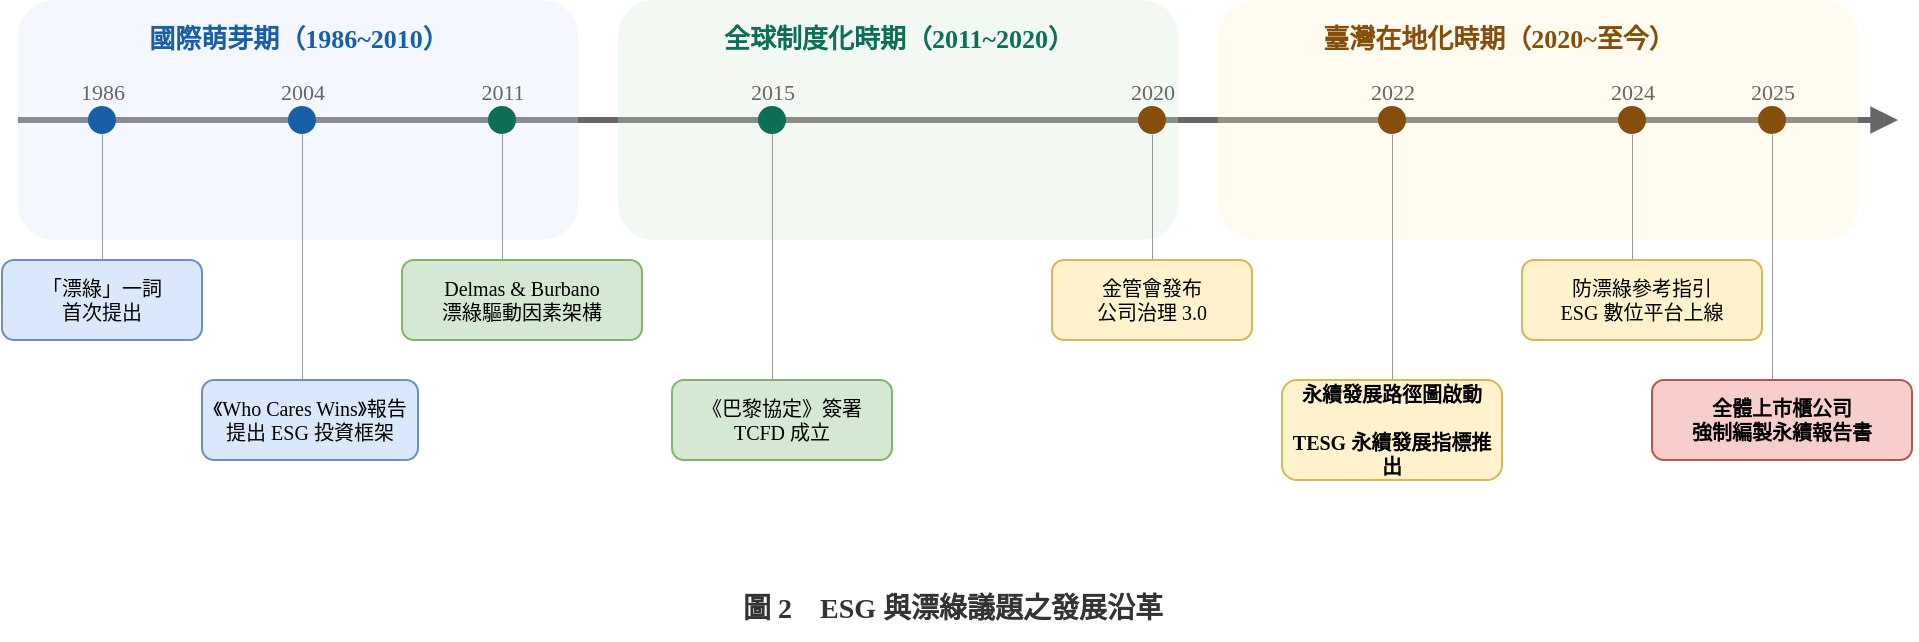
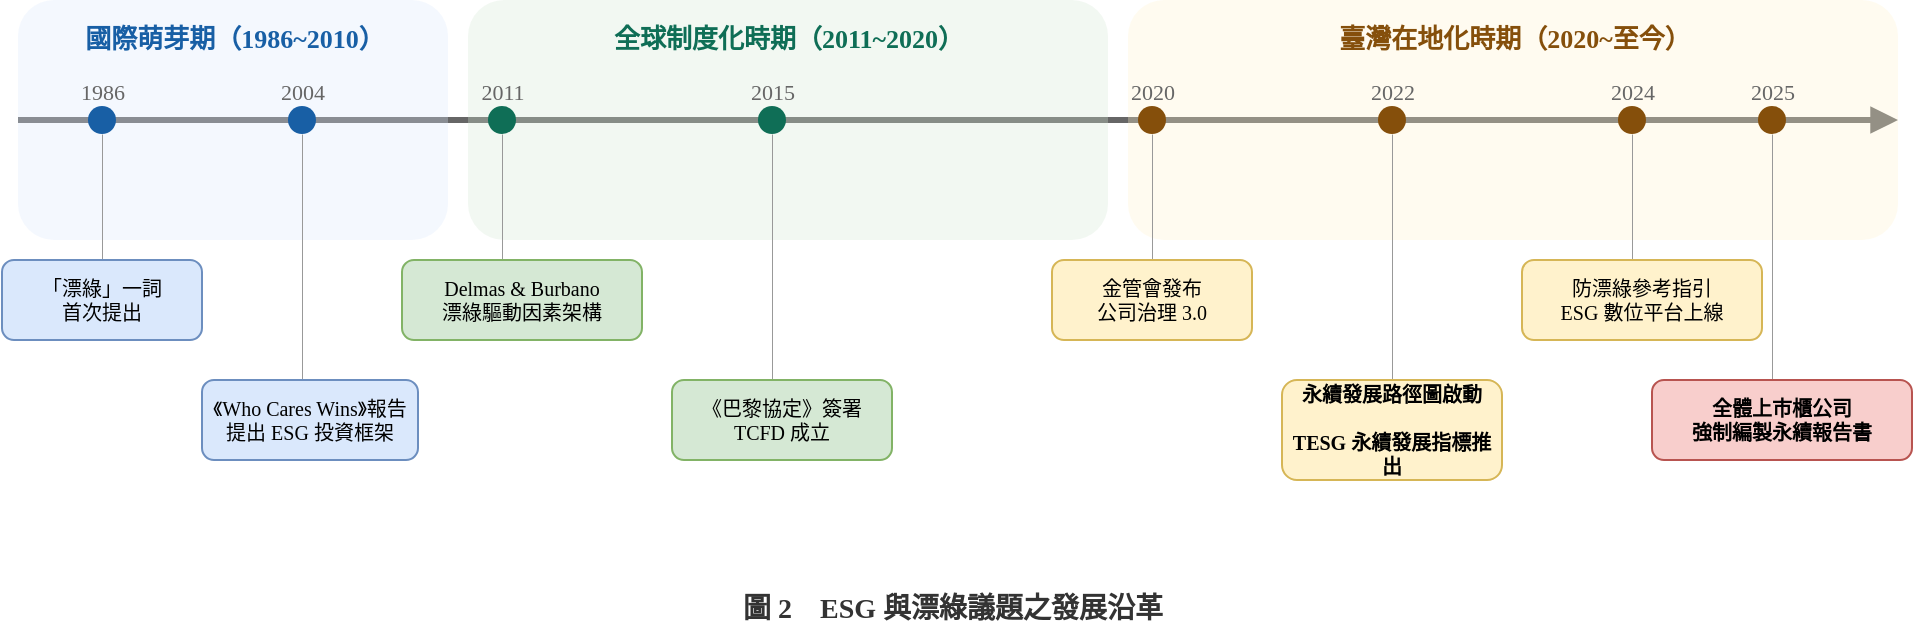
<mxfile host="app.diagrams.net">
  <diagram name="ESG與漂綠發展沿革時間軸" id="timeline">
    <mxGraphModel dx="1558" dy="642" grid="1" gridSize="10" guides="1" tooltips="1" connect="1" arrows="1" fold="1" page="1" pageScale="1" pageWidth="1169" pageHeight="827" math="0" shadow="0">
      <root>
        <mxCell id="0" />
        <mxCell id="1" parent="0" />
        <mxCell id="axis" edge="1" parent="1" style="endArrow=block;html=1;strokeColor=#666666;strokeWidth=3;endFill=1;" value="">
          <mxGeometry relative="1" as="geometry">
            <mxPoint x="60" y="120" as="sourcePoint" />
            <mxPoint x="1000" y="120" as="targetPoint" />
          </mxGeometry>
        </mxCell>
        <mxCell id="p1bg" parent="1" style="rounded=1;whiteSpace=wrap;html=1;fillColor=#dae8fc;strokeColor=none;opacity=30;" value="" vertex="1">
-           <mxGeometry height="120" width="280" x="60" y="60" as="geometry" />
+           <mxGeometry height="120" width="215" x="60" y="60" as="geometry" />
        </mxCell>
        <mxCell id="p1label" parent="1" style="text;html=1;fontSize=13;fontStyle=1;align=center;fontFamily=Microsoft JhengHei;fontColor=#185FA5;" value="國際萌芽期（1986~2010）" vertex="1">
-           <mxGeometry height="25" width="240" x="80" y="65" as="geometry" />
+           <mxGeometry height="25" width="200" x="68" y="65" as="geometry" />
        </mxCell>
        <mxCell id="p2bg" parent="1" style="rounded=1;whiteSpace=wrap;html=1;fillColor=#d5e8d4;strokeColor=none;opacity=30;" value="" vertex="1">
-           <mxGeometry height="120" width="280" x="360" y="60" as="geometry" />
+           <mxGeometry height="120" width="320" x="285" y="60" as="geometry" />
        </mxCell>
        <mxCell id="p2label" parent="1" style="text;html=1;fontSize=13;fontStyle=1;align=center;fontFamily=Microsoft JhengHei;fontColor=#0F6E56;" value="全球制度化時期（2011~2020）" vertex="1">
-           <mxGeometry height="25" width="260" x="370" y="65" as="geometry" />
+           <mxGeometry height="25" width="260" x="315" y="65" as="geometry" />
        </mxCell>
        <mxCell id="p3bg" parent="1" style="rounded=1;whiteSpace=wrap;html=1;fillColor=#fff2cc;strokeColor=none;opacity=30;" value="" vertex="1">
-           <mxGeometry height="120" width="320" x="660" y="60" as="geometry" />
+           <mxGeometry height="120" width="385" x="615" y="60" as="geometry" />
        </mxCell>
        <mxCell id="p3label" parent="1" style="text;html=1;fontSize=13;fontStyle=1;align=center;fontFamily=Microsoft JhengHei;fontColor=#854F0B;" value="臺灣在地化時期（2020~至今）" vertex="1">
-           <mxGeometry height="25" width="260" x="670" y="65" as="geometry" />
+           <mxGeometry height="25" width="260" x="678" y="65" as="geometry" />
        </mxCell>
        <mxCell id="y1986" parent="1" style="ellipse;whiteSpace=wrap;html=1;fillColor=#185FA5;strokeColor=none;" value="" vertex="1">
          <mxGeometry height="14" width="14" x="95" y="113" as="geometry" />
        </mxCell>
        <mxCell id="y1986t" parent="1" style="text;html=1;fontSize=11;align=center;fontFamily=Microsoft JhengHei;fontColor=#666666;" value="1986" vertex="1">
          <mxGeometry height="20" width="50" x="77" y="93" as="geometry" />
        </mxCell>
        <mxCell id="y2004" parent="1" style="ellipse;whiteSpace=wrap;html=1;fillColor=#185FA5;strokeColor=none;" value="" vertex="1">
          <mxGeometry height="14" width="14" x="195" y="113" as="geometry" />
        </mxCell>
        <mxCell id="y2004t" parent="1" style="text;html=1;fontSize=11;align=center;fontFamily=Microsoft JhengHei;fontColor=#666666;" value="2004" vertex="1">
          <mxGeometry height="20" width="50" x="177" y="93" as="geometry" />
        </mxCell>
        <mxCell id="y2011" parent="1" style="ellipse;whiteSpace=wrap;html=1;fillColor=#0F6E56;strokeColor=none;" value="" vertex="1">
          <mxGeometry height="14" width="14" x="295" y="113" as="geometry" />
        </mxCell>
        <mxCell id="y2011t" parent="1" style="text;html=1;fontSize=11;align=center;fontFamily=Microsoft JhengHei;fontColor=#666666;" value="2011" vertex="1">
          <mxGeometry height="20" width="50" x="277" y="93" as="geometry" />
        </mxCell>
        <mxCell id="y2015" parent="1" style="ellipse;whiteSpace=wrap;html=1;fillColor=#0F6E56;strokeColor=none;" value="" vertex="1">
          <mxGeometry height="14" width="14" x="430" y="113" as="geometry" />
        </mxCell>
        <mxCell id="y2015t" parent="1" style="text;html=1;fontSize=11;align=center;fontFamily=Microsoft JhengHei;fontColor=#666666;" value="2015" vertex="1">
          <mxGeometry height="20" width="50" x="412" y="93" as="geometry" />
        </mxCell>
        <mxCell id="y2020" parent="1" style="ellipse;whiteSpace=wrap;html=1;fillColor=#854F0B;strokeColor=none;" value="" vertex="1">
          <mxGeometry height="14" width="14" x="620" y="113" as="geometry" />
        </mxCell>
        <mxCell id="y2020t" parent="1" style="text;html=1;fontSize=11;align=center;fontFamily=Microsoft JhengHei;fontColor=#666666;" value="2020" vertex="1">
          <mxGeometry height="20" width="50" x="602" y="93" as="geometry" />
        </mxCell>
        <mxCell id="y2022" parent="1" style="ellipse;whiteSpace=wrap;html=1;fillColor=#854F0B;strokeColor=none;" value="" vertex="1">
          <mxGeometry height="14" width="14" x="740" y="113" as="geometry" />
        </mxCell>
        <mxCell id="y2022t" parent="1" style="text;html=1;fontSize=11;align=center;fontFamily=Microsoft JhengHei;fontColor=#666666;" value="2022" vertex="1">
          <mxGeometry height="20" width="50" x="722" y="93" as="geometry" />
        </mxCell>
        <mxCell id="y2024" parent="1" style="ellipse;whiteSpace=wrap;html=1;fillColor=#854F0B;strokeColor=none;" value="" vertex="1">
          <mxGeometry height="14" width="14" x="860" y="113" as="geometry" />
        </mxCell>
        <mxCell id="y2024t" parent="1" style="text;html=1;fontSize=11;align=center;fontFamily=Microsoft JhengHei;fontColor=#666666;" value="2024" vertex="1">
          <mxGeometry height="20" width="50" x="842" y="93" as="geometry" />
        </mxCell>
        <mxCell id="y2025" parent="1" style="ellipse;whiteSpace=wrap;html=1;fillColor=#854F0B;strokeColor=none;" value="" vertex="1">
          <mxGeometry height="14" width="14" x="930" y="113" as="geometry" />
        </mxCell>
        <mxCell id="y2025t" parent="1" style="text;html=1;fontSize=11;align=center;fontFamily=Microsoft JhengHei;fontColor=#666666;" value="2025" vertex="1">
          <mxGeometry height="20" width="50" x="912" y="93" as="geometry" />
        </mxCell>
        <mxCell id="e1" edge="1" parent="1" style="endArrow=none;html=1;strokeColor=#999999;strokeWidth=0.5;" value="">
          <mxGeometry relative="1" as="geometry">
            <mxPoint x="102" y="127" as="sourcePoint" />
            <mxPoint x="102" y="190" as="targetPoint" />
          </mxGeometry>
        </mxCell>
        <mxCell id="e1t" parent="1" style="rounded=1;whiteSpace=wrap;html=1;fillColor=#dae8fc;strokeColor=#6c8ebf;fontSize=10;fontFamily=Microsoft JhengHei;" value="「漂綠」一詞&lt;br&gt;首次提出" vertex="1">
          <mxGeometry height="40" width="100" x="52" y="190" as="geometry" />
        </mxCell>
        <mxCell id="e2" edge="1" parent="1" style="endArrow=none;html=1;strokeColor=#999999;strokeWidth=0.5;" value="">
          <mxGeometry relative="1" as="geometry">
            <mxPoint x="202" y="127" as="sourcePoint" />
            <mxPoint x="202" y="250" as="targetPoint" />
          </mxGeometry>
        </mxCell>
        <mxCell id="e2t" parent="1" style="rounded=1;whiteSpace=wrap;html=1;fillColor=#dae8fc;strokeColor=#6c8ebf;fontSize=10;fontFamily=Microsoft JhengHei;" value="《Who Cares Wins》報告提出 ESG 投資框架" vertex="1">
          <mxGeometry height="40" width="108" x="152" y="250" as="geometry" />
        </mxCell>
        <mxCell id="e3" edge="1" parent="1" style="endArrow=none;html=1;strokeColor=#999999;strokeWidth=0.5;" value="">
          <mxGeometry relative="1" as="geometry">
            <mxPoint x="302" y="127" as="sourcePoint" />
            <mxPoint x="302" y="190" as="targetPoint" />
          </mxGeometry>
        </mxCell>
        <mxCell id="e3t" parent="1" style="rounded=1;whiteSpace=wrap;html=1;fillColor=#d5e8d4;strokeColor=#82b366;fontSize=10;fontFamily=Microsoft JhengHei;" value="Delmas &amp; Burbano&lt;br&gt;漂綠驅動因素架構" vertex="1">
          <mxGeometry height="40" width="120" x="252" y="190" as="geometry" />
        </mxCell>
        <mxCell id="e4" edge="1" parent="1" style="endArrow=none;html=1;strokeColor=#999999;strokeWidth=0.5;" value="">
          <mxGeometry relative="1" as="geometry">
            <mxPoint x="437" y="127" as="sourcePoint" />
            <mxPoint x="437" y="250" as="targetPoint" />
          </mxGeometry>
        </mxCell>
        <mxCell id="e4t" parent="1" style="rounded=1;whiteSpace=wrap;html=1;fillColor=#d5e8d4;strokeColor=#82b366;fontSize=10;fontFamily=Microsoft JhengHei;" value="《巴黎協定》簽署&lt;br&gt;TCFD 成立" vertex="1">
          <mxGeometry height="40" width="110" x="387" y="250" as="geometry" />
        </mxCell>
        <mxCell id="e5" edge="1" parent="1" style="endArrow=none;html=1;strokeColor=#999999;strokeWidth=0.5;" value="">
          <mxGeometry relative="1" as="geometry">
            <mxPoint x="627" y="127" as="sourcePoint" />
            <mxPoint x="627" y="190" as="targetPoint" />
          </mxGeometry>
        </mxCell>
        <mxCell id="e5t" parent="1" style="rounded=1;whiteSpace=wrap;html=1;fillColor=#fff2cc;strokeColor=#d6b656;fontSize=10;fontFamily=Microsoft JhengHei;" value="金管會發布&lt;br&gt;公司治理 3.0" vertex="1">
          <mxGeometry height="40" width="100" x="577" y="190" as="geometry" />
        </mxCell>
        <mxCell id="e6" edge="1" parent="1" style="endArrow=none;html=1;strokeColor=#999999;strokeWidth=0.5;" value="">
          <mxGeometry relative="1" as="geometry">
            <mxPoint x="747" y="127" as="sourcePoint" />
            <mxPoint x="747" y="250" as="targetPoint" />
          </mxGeometry>
        </mxCell>
        <mxCell id="e6t" parent="1" style="rounded=1;whiteSpace=wrap;html=1;fillColor=#fff2cc;strokeColor=#d6b656;fontSize=10;fontFamily=Microsoft JhengHei;" value="&lt;strong data-start=&quot;447&quot; data-end=&quot;460&quot;&gt;永續發展路徑圖啟動&lt;/strong&gt;&lt;br data-start=&quot;460&quot; data-end=&quot;463&quot;&gt;&lt;br/&gt;&lt;strong data-start=&quot;465&quot; data-end=&quot;482&quot;&gt;TESG 永續發展指標推出&lt;/strong&gt;" vertex="1">
          <mxGeometry height="50" width="110" x="692" y="250" as="geometry" />
        </mxCell>
        <mxCell id="e7" edge="1" parent="1" style="endArrow=none;html=1;strokeColor=#999999;strokeWidth=0.5;" value="">
          <mxGeometry relative="1" as="geometry">
            <mxPoint x="867" y="127" as="sourcePoint" />
            <mxPoint x="867" y="190" as="targetPoint" />
          </mxGeometry>
        </mxCell>
        <mxCell id="e7t" parent="1" style="rounded=1;whiteSpace=wrap;html=1;fillColor=#fff2cc;strokeColor=#d6b656;fontSize=10;fontFamily=Microsoft JhengHei;" value="防漂綠參考指引&lt;br&gt;ESG 數位平台上線" vertex="1">
          <mxGeometry height="40" width="120" x="812" y="190" as="geometry" />
        </mxCell>
        <mxCell id="e8" edge="1" parent="1" style="endArrow=none;html=1;strokeColor=#999999;strokeWidth=0.5;" value="">
          <mxGeometry relative="1" as="geometry">
            <mxPoint x="937" y="127" as="sourcePoint" />
            <mxPoint x="937" y="250" as="targetPoint" />
          </mxGeometry>
        </mxCell>
        <mxCell id="e8t" parent="1" style="rounded=1;whiteSpace=wrap;html=1;fillColor=#f8cecc;strokeColor=#b85450;fontSize=10;fontStyle=1;fontFamily=Microsoft JhengHei;" value="全體上市櫃公司&lt;br&gt;強制編製永續報告書" vertex="1">
          <mxGeometry height="40" width="130" x="877" y="250" as="geometry" />
        </mxCell>
        <mxCell id="M2EHAI_XF1UNjrIEh_Vn-1" parent="1" style="text;html=1;fontSize=14;fontStyle=1;align=center;fontFamily=Microsoft JhengHei;fontColor=#333333;" value="圖 2　ESG 與漂綠議題之發展沿革" vertex="1">
          <mxGeometry height="30" width="300" x="377" y="350" as="geometry" />
        </mxCell>
      </root>
    </mxGraphModel>
  </diagram>
</mxfile>
